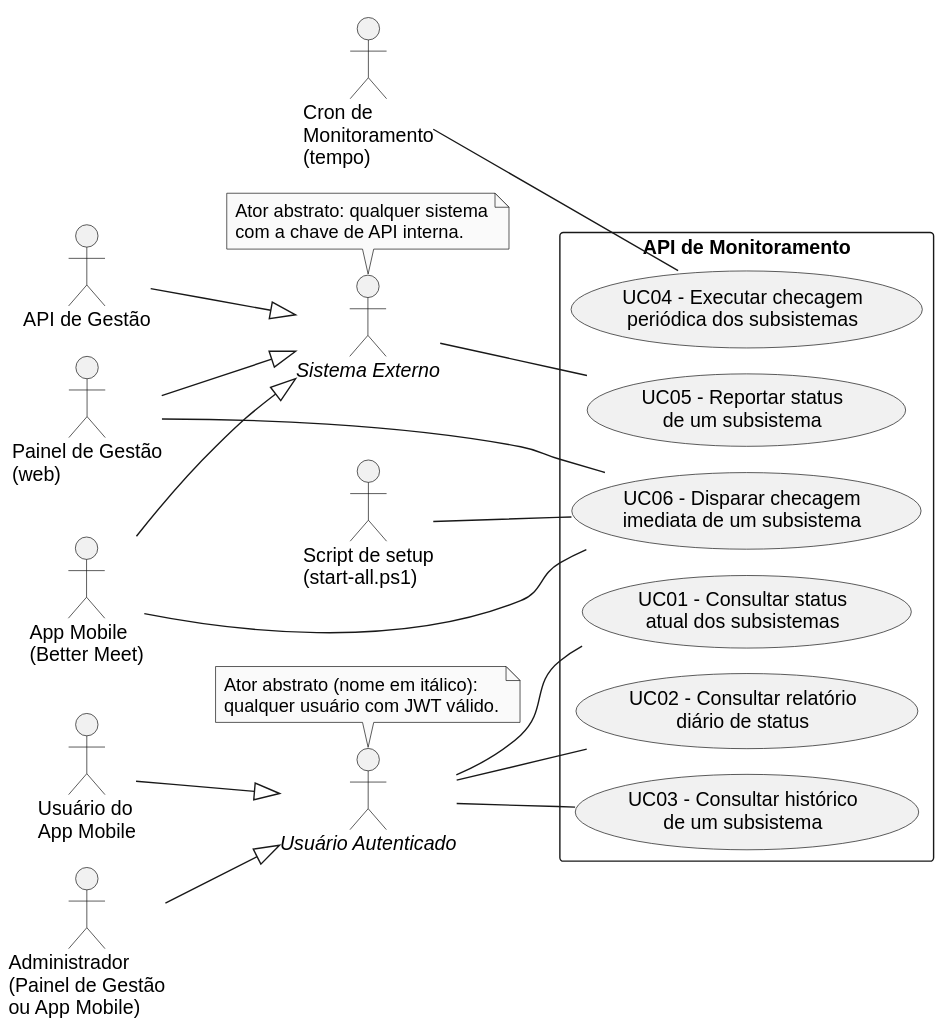
MiguelIFSP/BRTPDS2-PROJETO-E-DESENVOLVIMENTO-DE-SISTEMAS-2 keeps this PlantUML diagram as documentos/entrega2_Di1/Diagramas/DCU-Status-do-Sistema.svg. Above is the earlier version. The source it was exported from:
```plantuml
@startuml
!pragma layout smetana
left to right direction
skinparam shadowing false
skinparam monochrome true
skinparam defaultFontName Arial
skinparam packageStyle rectangle

actor "<i>Usuário Autenticado</i>" as AU
actor "Usuário do\nApp Mobile" as A1
actor "Administrador\n(Painel de Gestão\nou App Mobile)" as A2
actor "Cron de\nMonitoramento\n(tempo)" as A3

actor "<i>Sistema Externo</i>" as AS
actor "App Mobile\n(Better Meet)" as A4
actor "Painel de Gestão\n(web)" as A5
actor "API de Gestão" as A6
actor "Script de setup\n(start-all.ps1)" as A7

A1 --|> AU
A2 --|> AU
A4 --|> AS
A5 --|> AS
A6 --|> AS

rectangle "API de Monitoramento" {
  usecase "UC01 - Consultar status\natual dos subsistemas" as UC1
  usecase "UC02 - Consultar relatório\ndiário de status" as UC2
  usecase "UC03 - Consultar histórico\nde um subsistema" as UC3
  usecase "UC04 - Executar checagem\nperiódica dos subsistemas" as UC4
  usecase "UC05 - Reportar status\nde um subsistema" as UC5
  usecase "UC06 - Disparar checagem\nimediata de um subsistema" as UC6
}

AU -- UC1
AU -- UC2
AU -- UC3
A3 -- UC4
AS -- UC5
A4 -- UC6
A5 -- UC6
A7 -- UC6

note top of AU
  Ator abstrato (nome em itálico):
  qualquer usuário com JWT válido.
end note

note top of AS
  Ator abstrato: qualquer sistema
  com a chave de API interna.
end note
@enduml
```
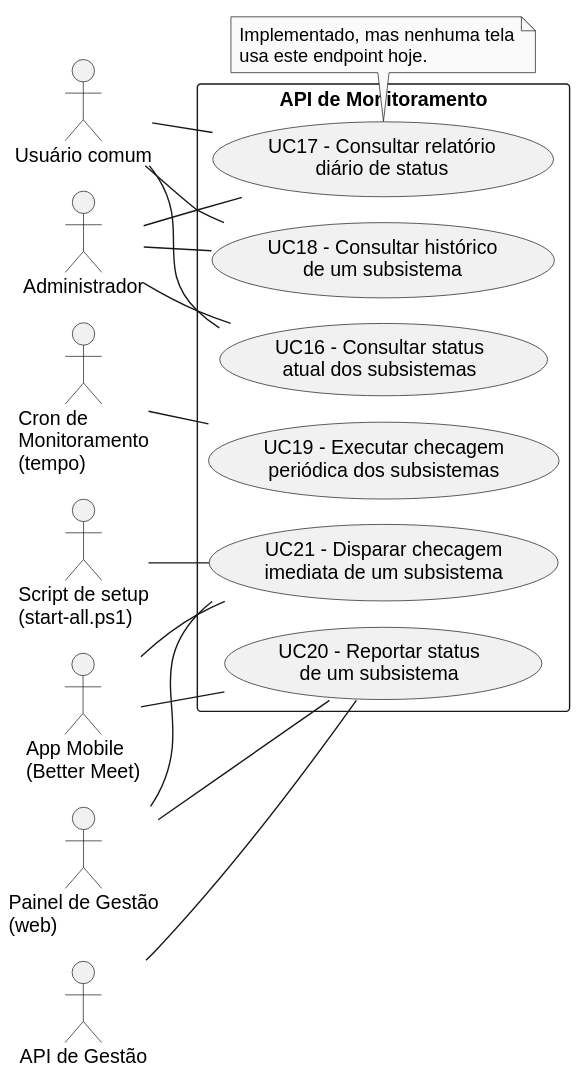
After the commit.

Diff of the diagram source:
```diff
@@ -6,48 +6,39 @@
 skinparam defaultFontName Arial
 skinparam packageStyle rectangle
 
-actor "<i>Usuário Autenticado</i>" as AU
-actor "Usuário do\nApp Mobile" as A1
-actor "Administrador\n(Painel de Gestão\nou App Mobile)" as A2
-actor "Cron de\nMonitoramento\n(tempo)" as A3
-
-actor "<i>Sistema Externo</i>" as AS
-actor "App Mobile\n(Better Meet)" as A4
-actor "Painel de Gestão\n(web)" as A5
-actor "API de Gestão" as A6
-actor "Script de setup\n(start-all.ps1)" as A7
-
-A1 --|> AU
-A2 --|> AU
-A4 --|> AS
-A5 --|> AS
-A6 --|> AS
+actor "Usuário comum" as AUsu
+actor "Administrador" as AAdm
+actor "Cron de\nMonitoramento\n(tempo)" as ACron
+actor "App Mobile\n(Better Meet)" as AApp
+actor "Painel de Gestão\n(web)" as APai
+actor "API de Gestão" as AGes
+actor "Script de setup\n(start-all.ps1)" as AScr
 
 rectangle "API de Monitoramento" {
-  usecase "UC01 - Consultar status\natual dos subsistemas" as UC1
-  usecase "UC02 - Consultar relatório\ndiário de status" as UC2
-  usecase "UC03 - Consultar histórico\nde um subsistema" as UC3
-  usecase "UC04 - Executar checagem\nperiódica dos subsistemas" as UC4
-  usecase "UC05 - Reportar status\nde um subsistema" as UC5
-  usecase "UC06 - Disparar checagem\nimediata de um subsistema" as UC6
+  usecase "UC16 - Consultar status\natual dos subsistemas" as UC16
+  usecase "UC17 - Consultar relatório\ndiário de status" as UC17
+  usecase "UC18 - Consultar histórico\nde um subsistema" as UC18
+  usecase "UC19 - Executar checagem\nperiódica dos subsistemas" as UC19
+  usecase "UC20 - Reportar status\nde um subsistema" as UC20
+  usecase "UC21 - Disparar checagem\nimediata de um subsistema" as UC21
 }
 
-AU -- UC1
-AU -- UC2
-AU -- UC3
-A3 -- UC4
-AS -- UC5
-A4 -- UC6
-A5 -- UC6
-A7 -- UC6
+AUsu -- UC16
+AUsu -- UC17
+AUsu -- UC18
+AAdm -- UC16
+AAdm -- UC17
+AAdm -- UC18
+ACron -- UC19
+AApp -- UC20
+APai -- UC20
+AGes -- UC20
+AApp -- UC21
+APai -- UC21
+AScr -- UC21
 
-note top of AU
-  Ator abstrato (nome em itálico):
-  qualquer usuário com JWT válido.
-end note
-
-note top of AS
-  Ator abstrato: qualquer sistema
-  com a chave de API interna.
+note bottom of UC17
+  Implementado, mas nenhuma tela
+  usa este endpoint hoje.
 end note
 @enduml
```
